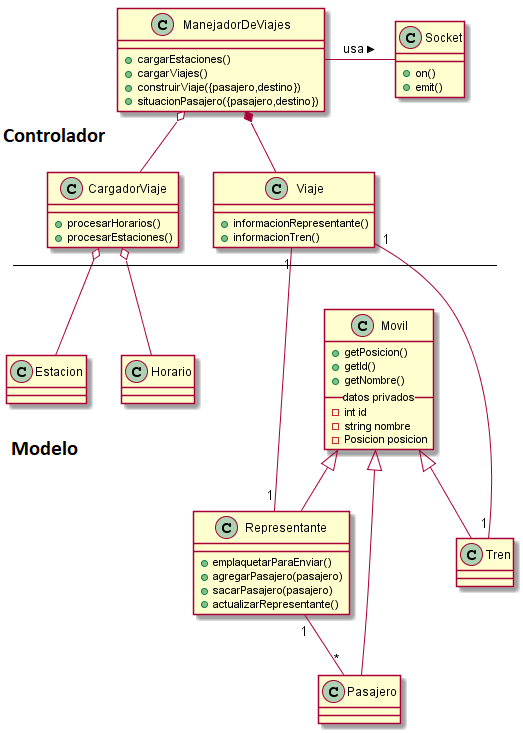
Earlier version of the PlantUML export out/diagramas/diagrama-clases/diagrama-clases.png (nickzaro/TPBelgranoNorte). The source it was exported from:
```plantuml
@startuml
class ManejadorDeViajes{
+cargarEstaciones()
+cargarViajes()
+construirViaje({pasajero,destino})
+situacionPasajero({pasajero,destino})
}
class CargadorViaje{
+procesarHorarios()
+procesarEstaciones()
}
class Socket{
    +on()
    +emit()
}

class Pasajero{

}
class Representante{
    +emplaquetarParaEnviar()
    +agregarPasajero(pasajero)
    +sacarPasajero(pasajero)
    +actualizarRepresentante()
}
class Tren
class Estacion
class Horario
class Movil{
    +getPosicion()
    +getId()
    +getNombre()
    __datos privados__
    -int id
    -string nombre
    -Posicion posicion
}
class Viaje{
    +informacionRepresentante()
    +informacionTren()
}
ManejadorDeViajes - Socket : usa >
ManejadorDeViajes o-- CargadorViaje
ManejadorDeViajes *-- Viaje
CargadorViaje o-- Estacion
CargadorViaje o-- Horario
Viaje "1" --- "1" Tren
Viaje "1"--- "1" Representante
Representante "1"-- "*" Pasajero
Movil <|-- Representante
Movil <|-- Tren
Movil <|-- Pasajero
@enduml
```
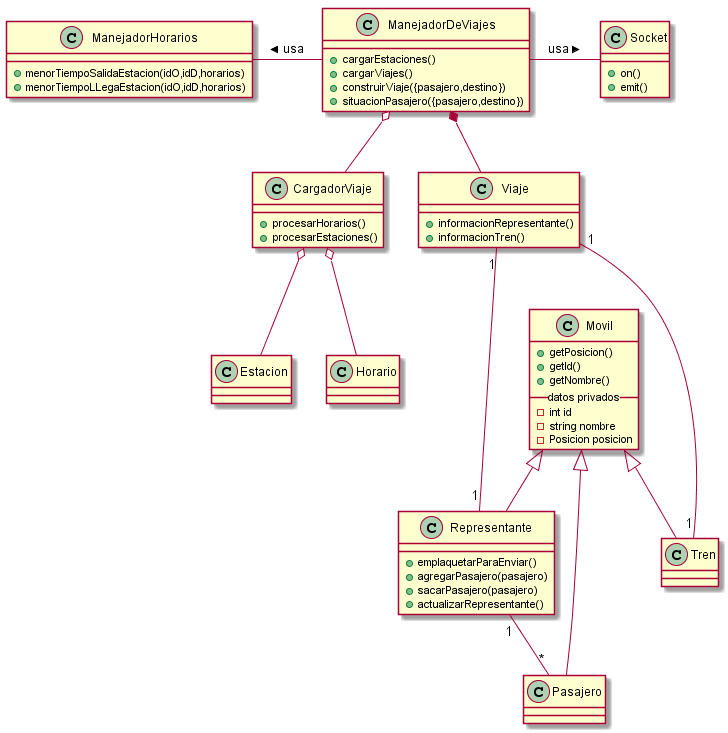
After the change.

Diff of the diagram source:
```diff
@@ -14,6 +14,10 @@
     +emit()
 }
 
+class ManejadorHorarios{
++menorTiempoSalidaEstacion(idO,idD,horarios)
++menorTiempoLLegaEstacion(idO,idD,horarios)
+}
 class Pasajero{
 
 }
@@ -39,6 +43,7 @@
     +informacionRepresentante()
     +informacionTren()
 }
+ManejadorHorarios - ManejadorDeViajes : < usa
 ManejadorDeViajes - Socket : usa >
 ManejadorDeViajes o-- CargadorViaje
 ManejadorDeViajes *-- Viaje
```
